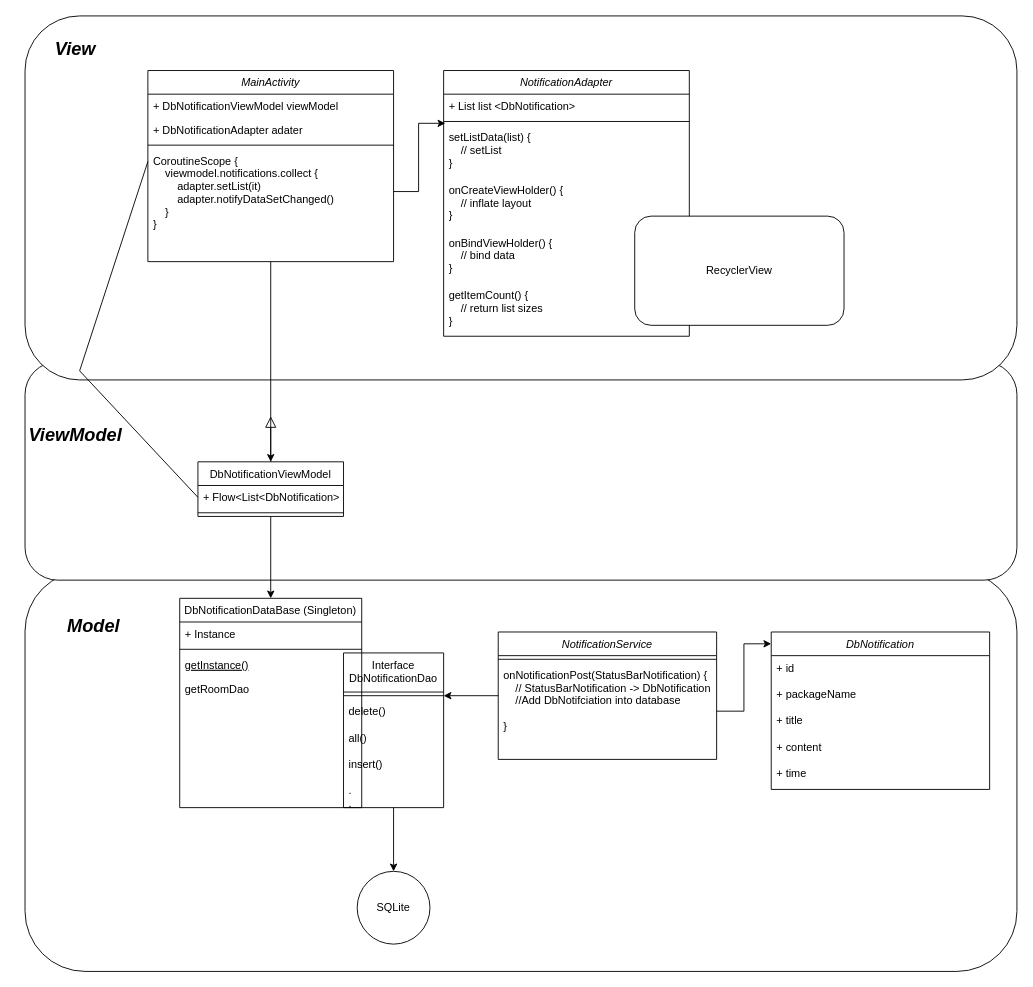
This is SmartNotification.drawio from topchou/kotlin-Notification-Service-MVVM-Room-Coroutine-RecyclerView-, a draw.io file, before an edit. Source tidied: cells renumbered, new cells numbered last; positions are measured from the earlier drawing's top-left corner, leaving out a move shared by most shapes. Both pictures are drawn from the tidied source at 91%, with x=0, y=0 at pixel (15, 15).
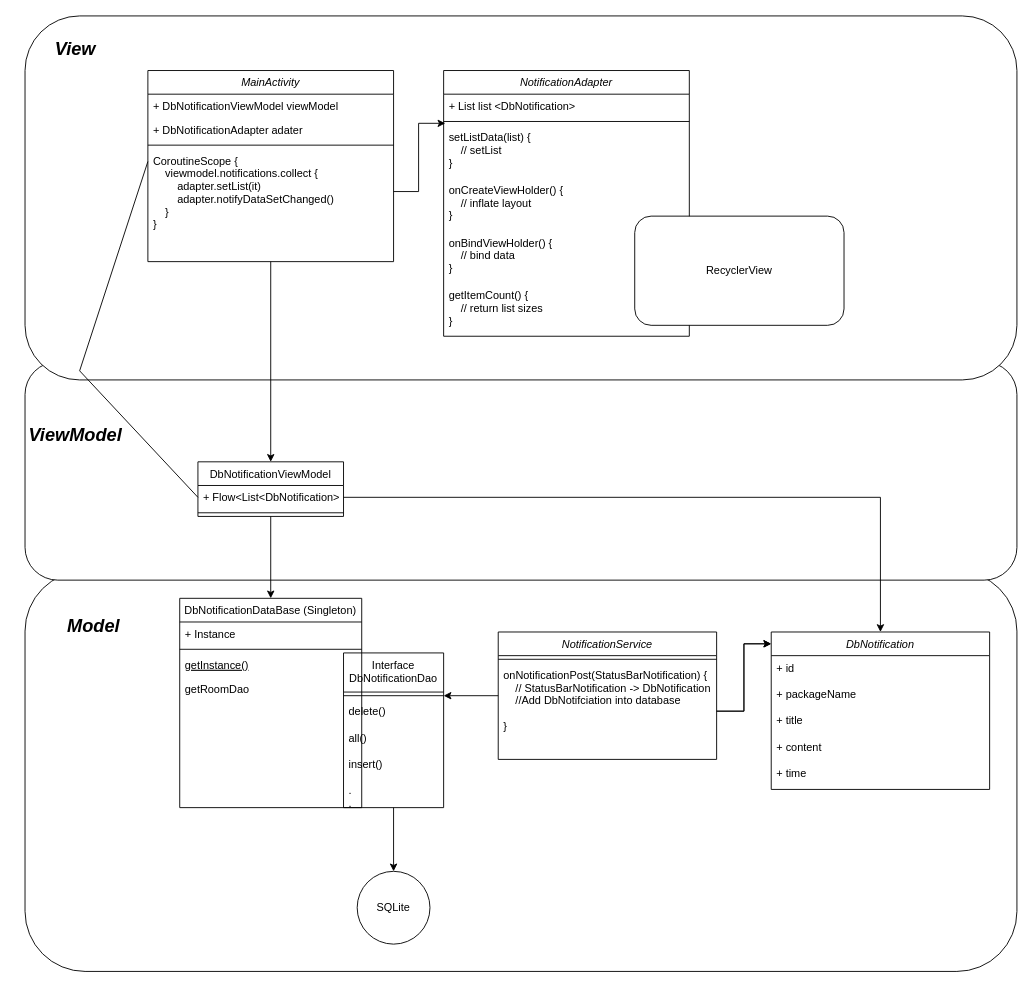
The same page after the edit.

Commit message (it also covers changes not shown here):
Update Readme: illustrate project structure -2

Unchanged cells that the change refers to:
```xml
<mxCell id="12" value="DbNotificationViewModel" style="swimlane;fontStyle=0;align=center;verticalAlign=top;horizontal=1;startSize=26;rounded=0;shadow=0;strokeWidth=1;" parent="1" vertex="1">
  <mxGeometry x="200" y="490" width="160" height="60" as="geometry" />
</mxCell>
<mxCell id="13" value="+ Flow&lt;List&lt;DbNotification&gt;" style="text;align=left;verticalAlign=top;spacingLeft=4;spacingRight=4;overflow=hidden;points=[[0,0.5],[1,0.5]];portConstraint=eastwest;" parent="12" vertex="1">
  <mxGeometry y="26" width="160" height="26" as="geometry" />
</mxCell>
<mxCell id="44" value="onNotificationPost(StatusBarNotification) {&#10;    // StatusBarNotification -&gt; DbNotification&#10;    //Add DbNotifciation into database&#10;&#10;}" style="text;align=left;verticalAlign=top;spacingLeft=4;spacingRight=4;overflow=hidden;points=[[0,0.5],[1,0.5]];portConstraint=eastwest;" parent="42" vertex="1">
  <mxGeometry y="34" width="240" height="106" as="geometry" />
</mxCell>
<mxCell id="46" value="DbNotification" style="swimlane;fontStyle=2;align=center;verticalAlign=top;horizontal=1;startSize=26;rounded=0;shadow=0;strokeWidth=1;" parent="1" vertex="1">
  <mxGeometry x="830" y="677" width="240" height="173" as="geometry" />
</mxCell>
```

What changed in the source:
```diff
@@
+    <mxCell id="53" style="edgeStyle=orthogonalEdgeStyle;rounded=0;jettySize=auto;html=1;entryX=0.5;entryY=0;entryDx=0;entryDy=0;exitX=1;exitY=0.5;exitDx=0;exitDy=0;" parent="1" edge="1" source="13" target="46">
+      <mxGeometry relative="1" as="geometry" />
+    </mxCell>
@@
-    <mxCell id="15" style="endArrow=block;endSize=10;endFill=0;shadow=0;strokeWidth=1;rounded=0;edgeStyle=elbowEdgeStyle;elbow=vertical;" parent="1" edge="1" source="12">
-      <mxGeometry relative="1" as="geometry">
-        <mxPoint x="280" y="440" as="targetPoint" />
-      </mxGeometry>
-    </mxCell>
@@
+    <mxCell id="54" style="edgeStyle=orthogonalEdgeStyle;rounded=0;jettySize=auto;html=1;fontSize=20;entryX=0;entryY=0.075;entryDx=0;entryDy=0;entryPerimeter=0;" parent="1" edge="1" source="44" target="46">
+      <mxGeometry relative="1" as="geometry">
+        <Array as="points">
+          <mxPoint x="800" y="764" />
+          <mxPoint x="800" y="690" />
+        </Array>
+      </mxGeometry>
+    </mxCell>
```
